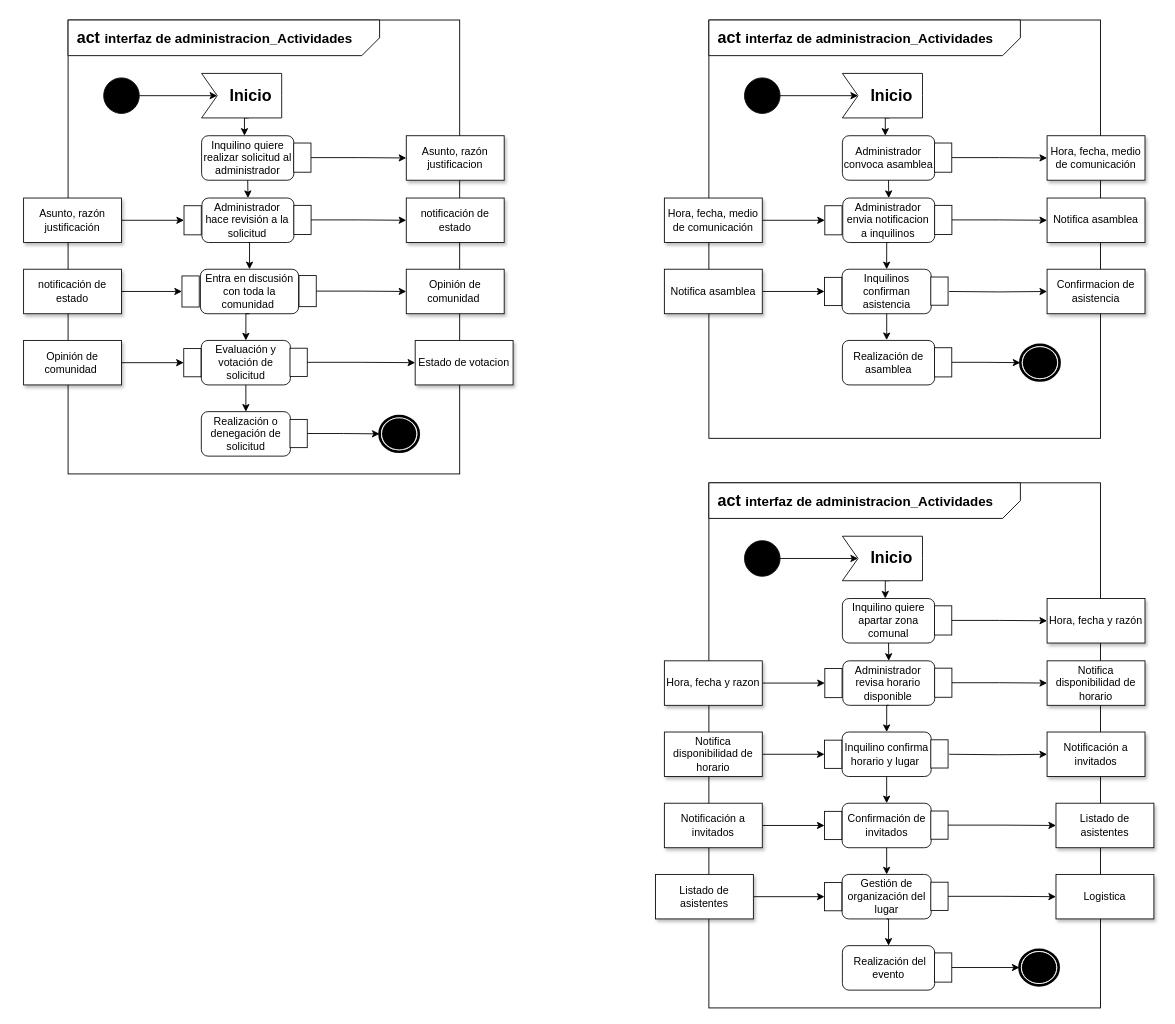
Earlier version of the draw.io diagram Untitled Diagram.drawio (mnivia/Administracion-unidades-cerradas). Source tidied: cells renumbered, new cells numbered last; positions are measured from the earlier drawing's top-left corner, leaving out a move shared by most shapes. Both pictures are drawn from the tidied source at 89%, with x=0, y=0 at pixel (23, 20).
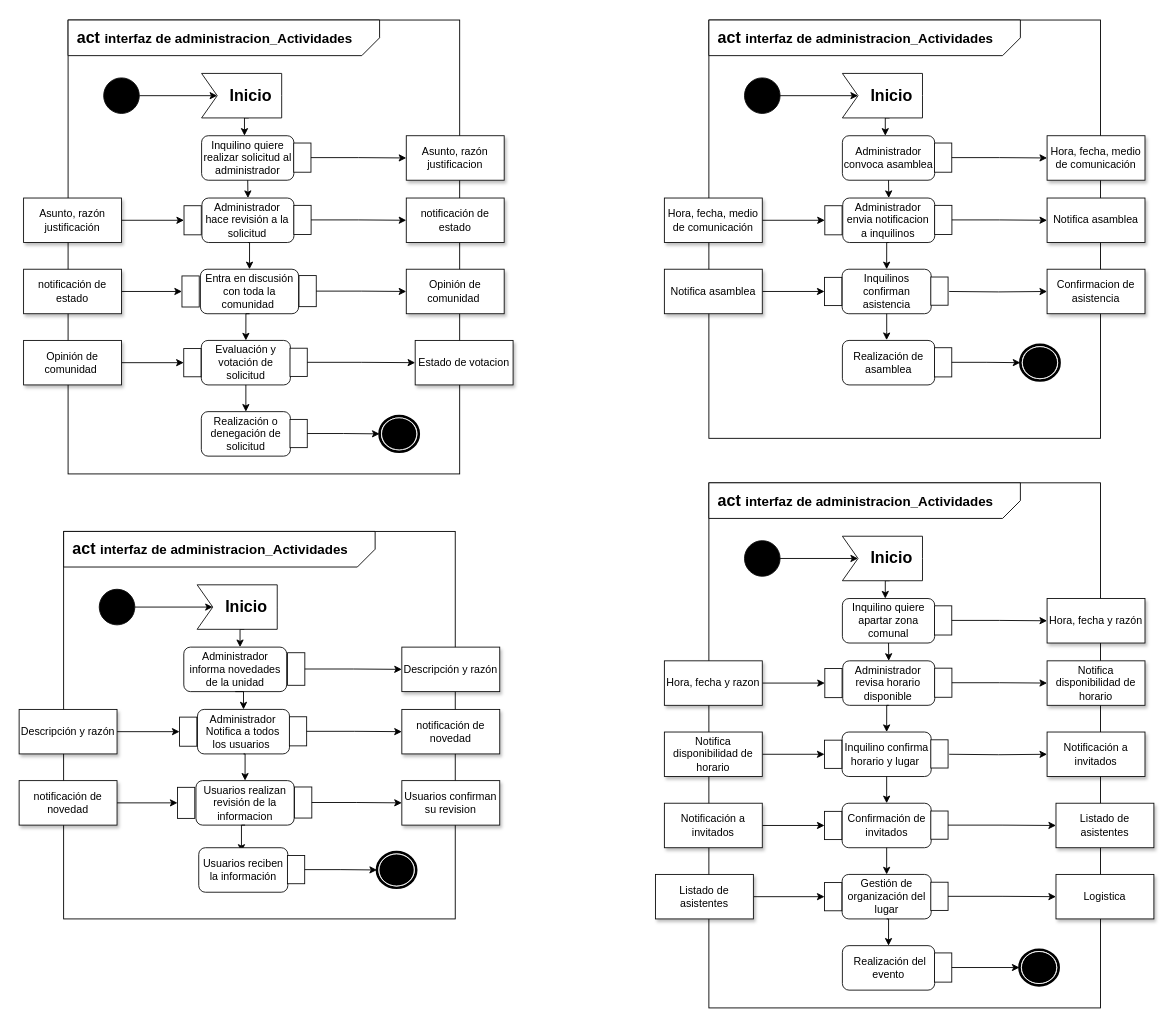
The same diagram, later.

Commit message:
Diagrama de actividades

Diff of the diagram source:
```diff
@@
+    <mxCell id="147" style="rounded=0;whiteSpace=wrap;html=1;" parent="1" vertex="1">
+      <mxGeometry x="45" y="574.6" width="440" height="435.4" as="geometry" />
+    </mxCell>
+    <mxCell id="148" style="verticalLabelPosition=bottom;verticalAlign=top;html=1;shape=card;whiteSpace=wrap;size=20;arcSize=12;rotation=-180;" parent="1" vertex="1">
+      <mxGeometry x="45" y="574.6" width="350" height="40" as="geometry" />
+    </mxCell>
+    <mxCell id="149" value="&lt;h2&gt;act&lt;b&gt;&amp;nbsp;&lt;/b&gt;&lt;span style=&quot;font-size: 15px ; text-align: left&quot;&gt;interfaz de administracion_Actividades&lt;/span&gt;&lt;/h2&gt;" style="text;html=1;strokeColor=none;fillColor=none;align=center;verticalAlign=middle;whiteSpace=wrap;rounded=0;" parent="1" vertex="1">
+      <mxGeometry x="45" y="584.6" width="330" height="20" as="geometry" />
+    </mxCell>
+    <mxCell id="150" style="shape=mxgraph.bpmn.shape;html=1;verticalLabelPosition=bottom;labelBackgroundColor=#ffffff;verticalAlign=top;align=center;perimeter=ellipsePerimeter;outline=end;symbol=terminate;" parent="1" vertex="1">
+      <mxGeometry x="397.1" y="935" width="44" height="40" as="geometry" />
+    </mxCell>
+    <mxCell id="151" style="edgeStyle=orthogonalEdgeStyle;rounded=0;jettySize=auto;html=1;entryX=0;entryY=0.5;entryDx=17.57;entryDy=0;entryPerimeter=0;" parent="1" edge="1" source="152" target="154">
+      <mxGeometry relative="1" as="geometry" />
+    </mxCell>
+    <mxCell id="152" style="ellipse;html=1;verticalLabelPosition=bottom;labelBackgroundColor=#ffffff;verticalAlign=top;fillColor=#000000;strokeColor=#0D0D0D;" parent="1" vertex="1">
+      <mxGeometry x="85" y="639.6" width="40" height="40" as="geometry" />
+    </mxCell>
+    <mxCell id="153" style="edgeStyle=orthogonalEdgeStyle;rounded=0;orthogonalLoop=1;jettySize=auto;html=1;exitX=0;exitY=0;exitDx=45;exitDy=50;exitPerimeter=0;entryX=0.434;entryY=0;entryDx=0;entryDy=0;entryPerimeter=0;" parent="1" edge="1">
+      <mxGeometry relative="1" as="geometry">
+        <mxPoint x="248" y="684.6" as="sourcePoint" />
+        <mxPoint x="243.2" y="704.6" as="targetPoint" />
+      </mxGeometry>
+    </mxCell>
+    <mxCell id="154" value="&lt;h3&gt;&lt;b&gt;&lt;font style=&quot;font-size: 18px&quot;&gt;&amp;nbsp; &amp;nbsp; Inicio&lt;/font&gt;&lt;/b&gt;&lt;/h3&gt;" style="html=1;shadow=0;dashed=0;align=center;verticalAlign=middle;shape=mxgraph.arrows2.arrow;dy=0;dx=0;notch=17.57;strokeColor=#0D0D0D;" parent="1" vertex="1">
+      <mxGeometry x="195" y="634.6" width="90" height="50" as="geometry" />
+    </mxCell>
+    <mxCell id="155" style="group;" parent="1" vertex="1">
+      <mxGeometry x="180" y="704.6" width="145" height="50" as="geometry" />
+    </mxCell>
+    <mxCell id="156" value="Administrador informa novedades de la unidad" style="rounded=1;whiteSpace=wrap;html=1;strokeColor=#0D0D0D;fillColor=#FFFFFF;" parent="155" vertex="1">
+      <mxGeometry width="115.6" height="50" as="geometry" />
+    </mxCell>
+    <mxCell id="157" style="rounded=0;whiteSpace=wrap;html=1;strokeColor=#0D0D0D;fillColor=#FFFFFF;rotation=-90;" parent="155" vertex="1">
+      <mxGeometry x="108" y="14.9" width="36.6" height="19.4" as="geometry" />
+    </mxCell>
+    <mxCell id="158" style="group;" parent="1" vertex="1">
+      <mxGeometry x="175" y="774.6" width="150" height="50" as="geometry" />
+    </mxCell>
+    <mxCell id="159" style="group;" parent="158" vertex="1">
+      <mxGeometry x="20.4" width="129.6" height="50" as="geometry" />
+    </mxCell>
+    <mxCell id="160" value="Administrador Notifica a todos los usuarios&amp;nbsp;" style="rounded=1;whiteSpace=wrap;html=1;strokeColor=#0D0D0D;fillColor=#FFFFFF;" parent="159" vertex="1">
+      <mxGeometry width="103.4" height="50" as="geometry" />
+    </mxCell>
+    <mxCell id="161" style="rounded=0;whiteSpace=wrap;html=1;strokeColor=#0D0D0D;fillColor=#FFFFFF;rotation=-90;" parent="159" vertex="1">
+      <mxGeometry x="96.6" y="14.9" width="32.7" height="19.4" as="geometry" />
+    </mxCell>
+    <mxCell id="162" style="rounded=0;whiteSpace=wrap;html=1;strokeColor=#0D0D0D;fillColor=#FFFFFF;rotation=-90;" parent="158" vertex="1">
+      <mxGeometry x="-6.4" y="15.3" width="32.7" height="19.4" as="geometry" />
+    </mxCell>
+    <mxCell id="163" value="Descripción y razón" style="rounded=0;whiteSpace=wrap;html=1;strokeColor=#0D0D0D;fillColor=#FFFFFF;shadow=1;" parent="1" vertex="1">
+      <mxGeometry x="425" y="704.6" width="110" height="50" as="geometry" />
+    </mxCell>
+    <mxCell id="164" value="notificación de novedad" style="rounded=0;whiteSpace=wrap;html=1;strokeColor=#0D0D0D;fillColor=#FFFFFF;shadow=1;" parent="1" vertex="1">
+      <mxGeometry x="425" y="774.6" width="110" height="50" as="geometry" />
+    </mxCell>
+    <mxCell id="165" style="edgeStyle=orthogonalEdgeStyle;rounded=0;jettySize=auto;html=1;exitX=1;exitY=0.5;exitDx=0;exitDy=0;entryX=0.5;entryY=0;entryDx=0;entryDy=0;" parent="1" edge="1" source="166" target="171">
+      <mxGeometry relative="1" as="geometry" />
+    </mxCell>
+    <mxCell id="166" value="notificación de novedad" style="rounded=0;whiteSpace=wrap;html=1;strokeColor=#0D0D0D;fillColor=#FFFFFF;shadow=1;" parent="1" vertex="1">
+      <mxGeometry x="-5" y="854.6" width="110" height="50" as="geometry" />
+    </mxCell>
+    <mxCell id="167" style="group;" parent="1" vertex="1">
+      <mxGeometry x="172" y="854.6" width="160" height="50" as="geometry" />
+    </mxCell>
+    <mxCell id="168" style="group;" parent="167" vertex="1">
+      <mxGeometry x="21.7" width="138.3" height="50" as="geometry" />
+    </mxCell>
+    <mxCell id="169" value="Usuarios realizan revisión de la informacion" style="rounded=1;whiteSpace=wrap;html=1;strokeColor=#0D0D0D;fillColor=#FFFFFF;" parent="168" vertex="1">
+      <mxGeometry width="110.3" height="50" as="geometry" />
+    </mxCell>
+    <mxCell id="170" style="rounded=0;whiteSpace=wrap;html=1;strokeColor=#0D0D0D;fillColor=#FFFFFF;rotation=-90;" parent="168" vertex="1">
+      <mxGeometry x="103" y="14.9" width="34.9" height="19.4" as="geometry" />
+    </mxCell>
+    <mxCell id="171" style="rounded=0;whiteSpace=wrap;html=1;strokeColor=#0D0D0D;fillColor=#FFFFFF;rotation=-90;" parent="167" vertex="1">
+      <mxGeometry x="-6.8" y="15.3" width="34.9" height="19.4" as="geometry" />
+    </mxCell>
+    <mxCell id="172" style="edgeStyle=orthogonalEdgeStyle;rounded=0;jettySize=auto;html=1;exitX=1;exitY=0.5;exitDx=0;exitDy=0;" parent="1" edge="1" source="173" target="162">
+      <mxGeometry relative="1" as="geometry" />
+    </mxCell>
+    <mxCell id="173" value="Descripción y razón" style="rounded=0;whiteSpace=wrap;html=1;strokeColor=#0D0D0D;fillColor=#FFFFFF;shadow=1;" parent="1" vertex="1">
+      <mxGeometry x="-5" y="774.6" width="110" height="50" as="geometry" />
+    </mxCell>
+    <mxCell id="174" value="Usuarios confirman su revision" style="rounded=0;whiteSpace=wrap;html=1;strokeColor=#0D0D0D;fillColor=#FFFFFF;shadow=1;" parent="1" vertex="1">
+      <mxGeometry x="425" y="854.6" width="110" height="50" as="geometry" />
+    </mxCell>
+    <mxCell id="175" style="edgeStyle=orthogonalEdgeStyle;rounded=0;jettySize=auto;html=1;exitX=0.5;exitY=1;exitDx=0;exitDy=0;entryX=0;entryY=0.5;entryDx=0;entryDy=0;" parent="1" edge="1" source="161" target="164">
+      <mxGeometry relative="1" as="geometry" />
+    </mxCell>
+    <mxCell id="176" style="edgeStyle=orthogonalEdgeStyle;rounded=0;jettySize=auto;html=1;exitX=0.5;exitY=1;exitDx=0;exitDy=0;entryX=0;entryY=0.5;entryDx=0;entryDy=0;" parent="1" edge="1" source="157" target="163">
+      <mxGeometry relative="1" as="geometry" />
+    </mxCell>
+    <mxCell id="177" style="edgeStyle=orthogonalEdgeStyle;rounded=0;jettySize=auto;html=1;entryX=0;entryY=0.5;entryDx=0;entryDy=0;exitX=0.5;exitY=1;exitDx=0;exitDy=0;" parent="1" edge="1" source="170" target="174">
+      <mxGeometry relative="1" as="geometry" />
+    </mxCell>
+    <mxCell id="178" style="edgeStyle=orthogonalEdgeStyle;rounded=0;jettySize=auto;html=1;exitX=0.5;exitY=1;exitDx=0;exitDy=0;entryX=0.5;entryY=0;entryDx=0;entryDy=0;" parent="1" edge="1" source="156" target="160">
+      <mxGeometry relative="1" as="geometry" />
+    </mxCell>
+    <mxCell id="179" style="edgeStyle=orthogonalEdgeStyle;rounded=0;jettySize=auto;html=1;exitX=0.5;exitY=1;exitDx=0;exitDy=0;entryX=0.5;entryY=0;entryDx=0;entryDy=0;" parent="1" edge="1" source="160" target="169">
+      <mxGeometry relative="1" as="geometry" />
+    </mxCell>
+    <mxCell id="180" style="edgeStyle=orthogonalEdgeStyle;rounded=0;jettySize=auto;html=1;exitX=0.5;exitY=1;exitDx=0;exitDy=0;entryX=0.5;entryY=0;entryDx=0;entryDy=0;" parent="1" edge="1" source="169">
+      <mxGeometry relative="1" as="geometry">
+        <mxPoint x="244.8" y="934.6" as="targetPoint" />
+      </mxGeometry>
+    </mxCell>
+    <mxCell id="181" style="group;fontStyle=1;" parent="1" vertex="1">
+      <mxGeometry x="177.1" y="930" width="145.2" height="50" as="geometry" />
+    </mxCell>
+    <mxCell id="182" style="group;" parent="181" vertex="1">
+      <mxGeometry x="19.7" width="125.5" height="50" as="geometry" />
+    </mxCell>
+    <mxCell id="183" value="Usuarios reciben la información" style="rounded=1;whiteSpace=wrap;html=1;strokeColor=#0D0D0D;fillColor=#FFFFFF;" parent="182" vertex="1">
+      <mxGeometry width="100.1" height="50" as="geometry" />
+    </mxCell>
+    <mxCell id="184" style="rounded=0;whiteSpace=wrap;html=1;strokeColor=#0D0D0D;fillColor=#FFFFFF;rotation=-90;" parent="182" vertex="1">
+      <mxGeometry x="93.5" y="14.9" width="31.7" height="19.4" as="geometry" />
+    </mxCell>
+    <mxCell id="185" style="edgeStyle=orthogonalEdgeStyle;rounded=0;jettySize=auto;html=1;exitX=0.5;exitY=1;exitDx=0;exitDy=0;" parent="1" edge="1" source="184">
+      <mxGeometry relative="1" as="geometry">
+        <mxPoint x="397.1" y="955" as="targetPoint" />
+      </mxGeometry>
+    </mxCell>
```
